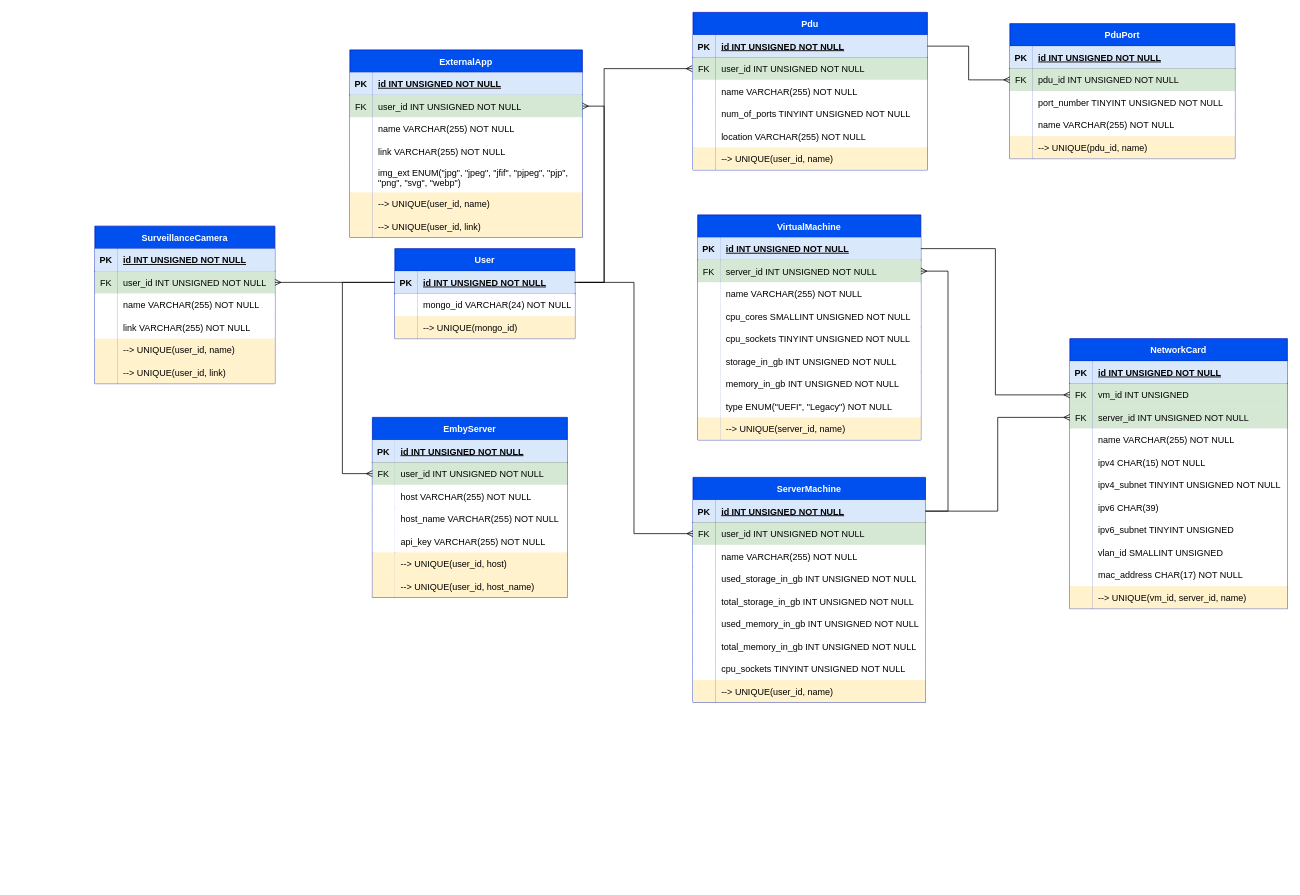
The draw.io diagram entity-relationship-diagram/Database ERD.drawio in jahnueldorelus/dashboard-db, before the edit. Source tidied: cells renumbered, new cells numbered last; positions are measured from the earlier drawing's top-left corner, leaving out a move shared by most shapes. Both pictures are drawn from the tidied source at 75%, with x=0, y=0 at pixel (94, 12).
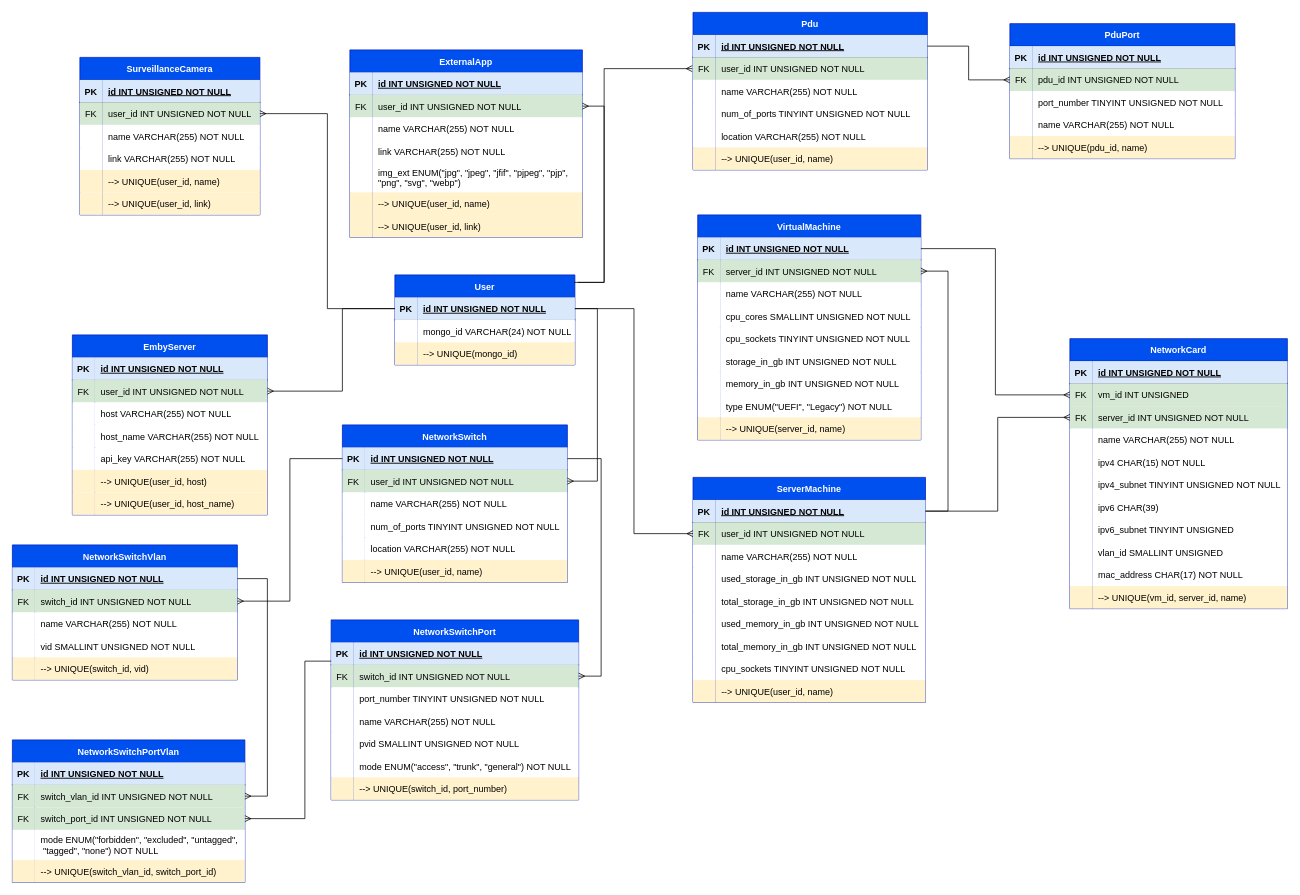
After the change.

The change refers to these unchanged cells:
```xml
<mxCell id="3" style="shape=partialRectangle;fillColor=none;points=[[0,0.5],[1,0.5]];portConstraint=eastwest;top=0;left=0;right=0;bottom=1;" parent="2" vertex="1">
  <mxGeometry y="30" width="240" height="30" as="geometry" />
</mxCell>
<mxCell id="59" style="shape=tableRow;horizontal=0;startSize=0;swimlaneHead=0;swimlaneBody=0;fillColor=none;points=[[0,0.5],[1,0.5]];portConstraint=eastwest;top=0;left=0;right=0;bottom=0;" parent="55" vertex="1">
  <mxGeometry y="60" width="260" height="30" as="geometry" />
</mxCell>
```

Change to the diagram source:
```diff
@@
     <mxCell id="2" value="User" style="shape=table;startSize=30;childLayout=tableLayout;rowLines=0;fontStyle=1;align=center;fillColor=#0050ef;fontColor=#ffffff;strokeColor=#001DBC;" parent="1" vertex="1">
-      <mxGeometry x="400" y="315" width="240" height="120" as="geometry" />
+      <mxGeometry x="400" y="350" width="240" height="120" as="geometry" />
     </mxCell>
@@
     <mxCell id="34" value="SurveillanceCamera" style="shape=table;startSize=30;childLayout=tableLayout;rowLines=0;fontStyle=1;align=center;fillColor=#0050ef;fontColor=#ffffff;strokeColor=#001DBC;" parent="1" vertex="1">
-      <mxGeometry y="285" width="240" height="210" as="geometry" />
+      <mxGeometry x="-20" y="60" width="240" height="210" as="geometry" />
     </mxCell>
@@
     <mxCell id="55" value="EmbyServer" style="shape=table;startSize=30;childLayout=tableLayout;rowLines=0;fontStyle=1;align=center;fillColor=#0050ef;fontColor=#ffffff;strokeColor=#001DBC;" parent="1" vertex="1">
-      <mxGeometry x="370" y="540" width="260" height="240" as="geometry" />
+      <mxGeometry x="-30" y="430" width="260" height="240" as="geometry" />
     </mxCell>
@@
-    <mxCell id="77" style="edgeStyle=orthogonalEdgeStyle;fontSize=12;html=1;endArrow=ERmany;rounded=0;entryX=0;entryY=0.5;entryDx=0;entryDy=0;" parent="1" edge="1" source="3" target="59">
+    <mxCell id="77" style="edgeStyle=orthogonalEdgeStyle;fontSize=12;html=1;endArrow=ERmany;rounded=0;" parent="1" edge="1" source="3" target="59">
       <mxGeometry relative="1" as="geometry">
         <Array as="points">
-          <mxPoint x="330" y="360" />
-          <mxPoint x="330" y="615" />
+          <mxPoint x="330" y="395" />
+          <mxPoint x="330" y="505" />
         </Array>
       </mxGeometry>
     </mxCell>
@@
+    <mxCell id="209" value="NetworkSwitch" style="shape=table;startSize=30;childLayout=tableLayout;rowLines=0;fontStyle=1;align=center;fillColor=#0050ef;fontColor=#ffffff;strokeColor=#001DBC;" parent="1" vertex="1">
+      <mxGeometry x="330" y="550" width="300" height="210" as="geometry" />
+    </mxCell>
+    <mxCell id="210" style="shape=partialRectangle;fillColor=none;points=[[0,0.5],[1,0.5]];portConstraint=eastwest;top=0;left=0;right=0;bottom=1;" parent="209" vertex="1">
+      <mxGeometry y="30" width="300" height="30" as="geometry" />
+    </mxCell>
+    <mxCell id="211" value="PK" style="shape=partialRectangle;overflow=hidden;fillColor=#dae8fc;top=0;left=0;bottom=0;right=0;fontStyle=1;strokeColor=#6c8ebf;" parent="210" vertex="1">
+      <mxGeometry width="30" height="30" as="geometry" />
+    </mxCell>
+    <mxCell id="212" value="id INT UNSIGNED NOT NULL" style="shape=partialRectangle;overflow=hidden;fillColor=#dae8fc;top=0;left=0;bottom=0;right=0;align=left;spacingLeft=6;fontStyle=5;strokeColor=#6c8ebf;" parent="210" vertex="1">
+      <mxGeometry x="30" width="270" height="30" as="geometry" />
+    </mxCell>
+    <mxCell id="213" style="shape=tableRow;horizontal=0;startSize=0;swimlaneHead=0;swimlaneBody=0;fillColor=none;points=[[0,0.5],[1,0.5]];portConstraint=eastwest;top=0;left=0;right=0;bottom=0;" parent="209" vertex="1">
+      <mxGeometry y="60" width="300" height="30" as="geometry" />
+    </mxCell>
+    <mxCell id="214" value="FK" style="shape=partialRectangle;fillColor=#d5e8d4;top=0;left=0;bottom=0;right=0;overflow=hidden;strokeColor=#82b366;" parent="213" vertex="1">
+      <mxGeometry width="30" height="30" as="geometry" />
+    </mxCell>
+    <mxCell id="215" value="user_id INT UNSIGNED NOT NULL" style="shape=partialRectangle;fillColor=#d5e8d4;top=0;left=0;bottom=0;right=0;align=left;spacingLeft=6;overflow=hidden;strokeColor=#82b366;" parent="213" vertex="1">
+      <mxGeometry x="30" width="270" height="30" as="geometry" />
+    </mxCell>
+    <mxCell id="216" style="shape=tableRow;horizontal=0;startSize=0;swimlaneHead=0;swimlaneBody=0;top=0;left=0;right=0;bottom=0;fillColor=none;" parent="209" vertex="1">
+      <mxGeometry y="90" width="300" height="30" as="geometry" />
+    </mxCell>
+    <mxCell id="217" style="shape=partialRectangle;top=0;left=0;bottom=0;right=0;overflow=hidden;" parent="216" vertex="1">
+      <mxGeometry width="30" height="30" as="geometry" />
+    </mxCell>
+    <mxCell id="218" value="name VARCHAR(255) NOT NULL" style="shape=partialRectangle;top=0;left=0;bottom=0;right=0;align=left;spacingLeft=6;overflow=hidden;" parent="216" vertex="1">
+      <mxGeometry x="30" width="270" height="30" as="geometry" />
+    </mxCell>
+    <mxCell id="219" style="shape=tableRow;horizontal=0;startSize=0;swimlaneHead=0;swimlaneBody=0;top=0;left=0;right=0;bottom=0;fillColor=none;" parent="209" vertex="1">
+      <mxGeometry y="120" width="300" height="30" as="geometry" />
+    </mxCell>
+    <mxCell id="220" style="shape=partialRectangle;top=0;left=0;bottom=0;right=0;overflow=hidden;" parent="219" vertex="1">
+      <mxGeometry width="30" height="30" as="geometry" />
+    </mxCell>
+    <mxCell id="221" value="num_of_ports TINYINT UNSIGNED NOT NULL" style="shape=partialRectangle;top=0;left=0;bottom=0;right=0;align=left;spacingLeft=6;overflow=hidden;" parent="219" vertex="1">
+      <mxGeometry x="30" width="270" height="30" as="geometry" />
+    </mxCell>
+    <mxCell id="222" style="shape=tableRow;horizontal=0;startSize=0;swimlaneHead=0;swimlaneBody=0;top=0;left=0;right=0;bottom=0;fillColor=none;" parent="209" vertex="1">
+      <mxGeometry y="150" width="300" height="30" as="geometry" />
+    </mxCell>
+    <mxCell id="223" style="shape=partialRectangle;top=0;left=0;bottom=0;right=0;overflow=hidden;" parent="222" vertex="1">
+      <mxGeometry width="30" height="30" as="geometry" />
+    </mxCell>
+    <mxCell id="224" value="location VARCHAR(255) NOT NULL" style="shape=partialRectangle;top=0;left=0;bottom=0;right=0;align=left;spacingLeft=6;overflow=hidden;" parent="222" vertex="1">
+      <mxGeometry x="30" width="270" height="30" as="geometry" />
+    </mxCell>
+    <mxCell id="225" style="shape=tableRow;horizontal=0;startSize=0;swimlaneHead=0;swimlaneBody=0;fillColor=none;top=0;left=0;right=0;bottom=0;" parent="209" vertex="1">
+      <mxGeometry y="180" width="300" height="30" as="geometry" />
+    </mxCell>
+    <mxCell id="226" style="shape=partialRectangle;fillColor=#fff2cc;top=0;left=0;bottom=0;right=0;overflow=hidden;strokeColor=#d6b656;" parent="225" vertex="1">
+      <mxGeometry width="30" height="30" as="geometry" />
+    </mxCell>
+    <mxCell id="227" value="--&gt; UNIQUE(user_id, name)" style="shape=partialRectangle;fillColor=#fff2cc;top=0;left=0;bottom=0;right=0;align=left;spacingLeft=6;overflow=hidden;strokeColor=#d6b656;" parent="225" vertex="1">
+      <mxGeometry x="30" width="270" height="30" as="geometry" />
+    </mxCell>
+    <mxCell id="228" style="edgeStyle=entityRelationEdgeStyle;fontSize=12;html=1;endArrow=ERmany;rounded=0;" parent="1" edge="1" source="3" target="213">
+      <mxGeometry relative="1" as="geometry" />
+    </mxCell>
+    <mxCell id="229" value="NetworkSwitchPort" style="shape=table;startSize=30;childLayout=tableLayout;rowLines=0;fontStyle=1;align=center;fillColor=#0050ef;fontColor=#ffffff;strokeColor=#001DBC;" parent="1" vertex="1">
+      <mxGeometry x="315" y="810" width="330" height="240" as="geometry" />
+    </mxCell>
+    <mxCell id="230" style="shape=partialRectangle;fillColor=none;points=[[0,0.5],[1,0.5]];portConstraint=eastwest;top=0;left=0;right=0;bottom=1;" parent="229" vertex="1">
+      <mxGeometry y="30" width="330" height="30" as="geometry" />
+    </mxCell>
+    <mxCell id="231" value="PK" style="shape=partialRectangle;overflow=hidden;fillColor=#dae8fc;top=0;left=0;bottom=0;right=0;fontStyle=1;strokeColor=#6c8ebf;" parent="230" vertex="1">
+      <mxGeometry width="30" height="30" as="geometry" />
+    </mxCell>
+    <mxCell id="232" value="id INT UNSIGNED NOT NULL" style="shape=partialRectangle;overflow=hidden;fillColor=#dae8fc;top=0;left=0;bottom=0;right=0;align=left;spacingLeft=6;fontStyle=5;strokeColor=#6c8ebf;" parent="230" vertex="1">
+      <mxGeometry x="30" width="300" height="30" as="geometry" />
+    </mxCell>
+    <mxCell id="233" style="shape=tableRow;horizontal=0;startSize=0;swimlaneHead=0;swimlaneBody=0;fillColor=none;points=[[0,0.5],[1,0.5]];portConstraint=eastwest;top=0;left=0;right=0;bottom=0;" parent="229" vertex="1">
+      <mxGeometry y="60" width="330" height="30" as="geometry" />
+    </mxCell>
+    <mxCell id="234" value="FK" style="shape=partialRectangle;fillColor=#d5e8d4;top=0;left=0;bottom=0;right=0;overflow=hidden;strokeColor=#82b366;" parent="233" vertex="1">
+      <mxGeometry width="30" height="30" as="geometry" />
+    </mxCell>
+    <mxCell id="235" value="switch_id INT UNSIGNED NOT NULL" style="shape=partialRectangle;fillColor=#d5e8d4;top=0;left=0;bottom=0;right=0;align=left;spacingLeft=6;overflow=hidden;strokeColor=#82b366;" parent="233" vertex="1">
+      <mxGeometry x="30" width="300" height="30" as="geometry" />
+    </mxCell>
+    <mxCell id="236" style="shape=tableRow;horizontal=0;startSize=0;swimlaneHead=0;swimlaneBody=0;top=0;left=0;right=0;bottom=0;fillColor=none;" parent="229" vertex="1">
+      <mxGeometry y="90" width="330" height="30" as="geometry" />
+    </mxCell>
+    <mxCell id="237" style="shape=partialRectangle;top=0;left=0;bottom=0;right=0;overflow=hidden;" parent="236" vertex="1">
+      <mxGeometry width="30" height="30" as="geometry" />
+    </mxCell>
+    <mxCell id="238" value="port_number TINYINT UNSIGNED NOT NULL" style="shape=partialRectangle;top=0;left=0;bottom=0;right=0;align=left;spacingLeft=6;overflow=hidden;" parent="236" vertex="1">
+      <mxGeometry x="30" width="300" height="30" as="geometry" />
+    </mxCell>
+    <mxCell id="239" style="shape=tableRow;horizontal=0;startSize=0;swimlaneHead=0;swimlaneBody=0;fillColor=none;top=0;left=0;right=0;bottom=0;swimlaneLine=1;" parent="229" vertex="1">
+      <mxGeometry y="120" width="330" height="30" as="geometry" />
+    </mxCell>
+    <mxCell id="240" style="shape=partialRectangle;top=0;left=0;bottom=0;right=0;overflow=hidden;" parent="239" vertex="1">
+      <mxGeometry width="30" height="30" as="geometry" />
+    </mxCell>
+    <mxCell id="241" value="name VARCHAR(255) NOT NULL" style="shape=partialRectangle;top=0;left=0;bottom=0;right=0;align=left;spacingLeft=6;overflow=hidden;" parent="239" vertex="1">
+      <mxGeometry x="30" width="300" height="30" as="geometry" />
+    </mxCell>
+    <mxCell id="242" style="shape=tableRow;horizontal=0;startSize=0;swimlaneHead=0;swimlaneBody=0;fillColor=none;top=0;left=0;right=0;bottom=0;" parent="229" vertex="1">
+      <mxGeometry y="150" width="330" height="30" as="geometry" />
+    </mxCell>
+    <mxCell id="243" style="shape=partialRectangle;top=0;left=0;bottom=0;right=0;overflow=hidden;" parent="242" vertex="1">
+      <mxGeometry width="30" height="30" as="geometry" />
+    </mxCell>
+    <mxCell id="244" value="pvid SMALLINT UNSIGNED NOT NULL" style="shape=partialRectangle;top=0;left=0;bottom=0;right=0;align=left;spacingLeft=6;overflow=hidden;" parent="242" vertex="1">
+      <mxGeometry x="30" width="300" height="30" as="geometry" />
+    </mxCell>
+    <mxCell id="245" style="shape=tableRow;horizontal=0;startSize=0;swimlaneHead=0;swimlaneBody=0;fillColor=none;top=0;left=0;right=0;bottom=0;" parent="229" vertex="1">
+      <mxGeometry y="180" width="330" height="30" as="geometry" />
+    </mxCell>
+    <mxCell id="246" style="shape=partialRectangle;top=0;left=0;bottom=0;right=0;overflow=hidden;" parent="245" vertex="1">
+      <mxGeometry width="30" height="30" as="geometry" />
+    </mxCell>
+    <mxCell id="247" value="mode ENUM(&quot;access&quot;, &quot;trunk&quot;, &quot;general&quot;) NOT NULL" style="shape=partialRectangle;top=0;left=0;bottom=0;right=0;align=left;spacingLeft=6;overflow=hidden;" parent="245" vertex="1">
+      <mxGeometry x="30" width="300" height="30" as="geometry" />
+    </mxCell>
+    <mxCell id="248" style="shape=tableRow;horizontal=0;startSize=0;swimlaneHead=0;swimlaneBody=0;fillColor=none;top=0;left=0;right=0;bottom=0;" parent="229" vertex="1">
+      <mxGeometry y="210" width="330" height="30" as="geometry" />
+    </mxCell>
+    <mxCell id="249" style="shape=partialRectangle;fillColor=#fff2cc;top=0;left=0;bottom=0;right=0;overflow=hidden;strokeColor=#d6b656;" parent="248" vertex="1">
+      <mxGeometry width="30" height="30" as="geometry" />
+    </mxCell>
+    <mxCell id="250" value="--&gt; UNIQUE(switch_id, port_number)" style="shape=partialRectangle;fillColor=#fff2cc;top=0;left=0;bottom=0;right=0;align=left;spacingLeft=6;overflow=hidden;strokeColor=#d6b656;" parent="248" vertex="1">
+      <mxGeometry x="30" width="300" height="30" as="geometry" />
+    </mxCell>
+    <mxCell id="251" style="edgeStyle=entityRelationEdgeStyle;fontSize=12;html=1;endArrow=ERmany;rounded=0;" parent="1" edge="1" source="210" target="233">
+      <mxGeometry relative="1" as="geometry">
+        <Array as="points">
+          <mxPoint x="240" y="775" />
+          <mxPoint x="650" y="750" />
+        </Array>
+      </mxGeometry>
+    </mxCell>
+    <mxCell id="252" value="NetworkSwitchVlan" style="shape=table;startSize=30;childLayout=tableLayout;rowLines=0;fontStyle=1;align=center;fillColor=#0050ef;fontColor=#ffffff;strokeColor=#001DBC;" parent="1" vertex="1">
+      <mxGeometry x="-110" y="710" width="300" height="180" as="geometry" />
+    </mxCell>
+    <mxCell id="253" style="shape=partialRectangle;fillColor=none;points=[[0,0.5],[1,0.5]];portConstraint=eastwest;top=0;left=0;right=0;bottom=1;" parent="252" vertex="1">
+      <mxGeometry y="30" width="300" height="30" as="geometry" />
+    </mxCell>
+    <mxCell id="254" value="PK" style="shape=partialRectangle;overflow=hidden;fillColor=#dae8fc;top=0;left=0;bottom=0;right=0;fontStyle=1;strokeColor=#6c8ebf;" parent="253" vertex="1">
+      <mxGeometry width="30" height="30" as="geometry" />
+    </mxCell>
+    <mxCell id="255" value="id INT UNSIGNED NOT NULL" style="shape=partialRectangle;overflow=hidden;fillColor=#dae8fc;top=0;left=0;bottom=0;right=0;align=left;spacingLeft=6;fontStyle=5;strokeColor=#6c8ebf;" parent="253" vertex="1">
+      <mxGeometry x="30" width="270" height="30" as="geometry" />
+    </mxCell>
+    <mxCell id="256" style="shape=tableRow;horizontal=0;startSize=0;swimlaneHead=0;swimlaneBody=0;fillColor=none;points=[[0,0.5],[1,0.5]];portConstraint=eastwest;top=0;left=0;right=0;bottom=0;" parent="252" vertex="1">
+      <mxGeometry y="60" width="300" height="30" as="geometry" />
+    </mxCell>
+    <mxCell id="257" value="FK" style="shape=partialRectangle;fillColor=#d5e8d4;top=0;left=0;bottom=0;right=0;overflow=hidden;strokeColor=#82b366;" parent="256" vertex="1">
+      <mxGeometry width="30" height="30" as="geometry" />
+    </mxCell>
+    <mxCell id="258" value="switch_id INT UNSIGNED NOT NULL" style="shape=partialRectangle;fillColor=#d5e8d4;top=0;left=0;bottom=0;right=0;align=left;spacingLeft=6;overflow=hidden;strokeColor=#82b366;" parent="256" vertex="1">
+      <mxGeometry x="30" width="270" height="30" as="geometry" />
+    </mxCell>
+    <mxCell id="259" style="shape=tableRow;horizontal=0;startSize=0;swimlaneHead=0;swimlaneBody=0;fillColor=none;top=0;left=0;right=0;bottom=0;swimlaneLine=1;" parent="252" vertex="1">
+      <mxGeometry y="90" width="300" height="30" as="geometry" />
+    </mxCell>
+    <mxCell id="260" style="shape=partialRectangle;top=0;left=0;bottom=0;right=0;overflow=hidden;" parent="259" vertex="1">
+      <mxGeometry width="30" height="30" as="geometry" />
+    </mxCell>
+    <mxCell id="261" value="name VARCHAR(255) NOT NULL" style="shape=partialRectangle;top=0;left=0;bottom=0;right=0;align=left;spacingLeft=6;overflow=hidden;" parent="259" vertex="1">
+      <mxGeometry x="30" width="270" height="30" as="geometry" />
+    </mxCell>
+    <mxCell id="262" style="shape=tableRow;horizontal=0;startSize=0;swimlaneHead=0;swimlaneBody=0;fillColor=none;top=0;left=0;right=0;bottom=0;" parent="252" vertex="1">
+      <mxGeometry y="120" width="300" height="30" as="geometry" />
+    </mxCell>
+    <mxCell id="263" style="shape=partialRectangle;top=0;left=0;bottom=0;right=0;overflow=hidden;" parent="262" vertex="1">
+      <mxGeometry width="30" height="30" as="geometry" />
+    </mxCell>
+    <mxCell id="264" value="vid SMALLINT UNSIGNED NOT NULL" style="shape=partialRectangle;top=0;left=0;bottom=0;right=0;align=left;spacingLeft=6;overflow=hidden;" parent="262" vertex="1">
+      <mxGeometry x="30" width="270" height="30" as="geometry" />
+    </mxCell>
+    <mxCell id="265" style="shape=tableRow;horizontal=0;startSize=0;swimlaneHead=0;swimlaneBody=0;fillColor=none;top=0;left=0;right=0;bottom=0;" parent="252" vertex="1">
+      <mxGeometry y="150" width="300" height="30" as="geometry" />
+    </mxCell>
+    <mxCell id="266" style="shape=partialRectangle;fillColor=#fff2cc;top=0;left=0;bottom=0;right=0;overflow=hidden;strokeColor=#d6b656;" parent="265" vertex="1">
+      <mxGeometry width="30" height="30" as="geometry" />
+    </mxCell>
+    <mxCell id="267" value="--&gt; UNIQUE(switch_id, vid)" style="shape=partialRectangle;fillColor=#fff2cc;top=0;left=0;bottom=0;right=0;align=left;spacingLeft=6;overflow=hidden;strokeColor=#d6b656;" parent="265" vertex="1">
+      <mxGeometry x="30" width="270" height="30" as="geometry" />
+    </mxCell>
+    <mxCell id="268" style="edgeStyle=orthogonalEdgeStyle;fontSize=12;html=1;endArrow=ERmany;rounded=0;" parent="1" edge="1" source="210" target="256">
+      <mxGeometry relative="1" as="geometry" />
+    </mxCell>
+    <mxCell id="269" value="NetworkSwitchPortVlan" style="shape=table;startSize=30;childLayout=tableLayout;rowLines=0;fontStyle=1;align=center;fillColor=#0050ef;fontColor=#ffffff;strokeColor=#001DBC;" parent="1" vertex="1">
+      <mxGeometry x="-110" y="970" width="310" height="190" as="geometry" />
+    </mxCell>
+    <mxCell id="270" style="shape=partialRectangle;fillColor=none;top=0;left=0;right=0;bottom=1;" parent="269" vertex="1">
+      <mxGeometry y="30" width="310" height="30" as="geometry" />
+    </mxCell>
+    <mxCell id="271" value="PK" style="shape=partialRectangle;overflow=hidden;fillColor=#dae8fc;top=0;left=0;bottom=0;right=0;fontStyle=1;strokeColor=#6c8ebf;" parent="270" vertex="1">
+      <mxGeometry width="30" height="30" as="geometry" />
+    </mxCell>
+    <mxCell id="272" value="id INT UNSIGNED NOT NULL" style="shape=partialRectangle;overflow=hidden;fillColor=#dae8fc;top=0;left=0;bottom=0;right=0;align=left;spacingLeft=6;fontStyle=5;strokeColor=#6c8ebf;" parent="270" vertex="1">
+      <mxGeometry x="30" width="280" height="30" as="geometry" />
+    </mxCell>
+    <mxCell id="273" style="shape=tableRow;horizontal=0;startSize=0;swimlaneHead=0;swimlaneBody=0;fillColor=none;points=[[0,0.5],[1,0.5]];portConstraint=eastwest;top=0;left=0;right=0;bottom=0;" parent="269" vertex="1">
+      <mxGeometry y="60" width="310" height="30" as="geometry" />
+    </mxCell>
+    <mxCell id="274" value="FK" style="shape=partialRectangle;fillColor=#d5e8d4;top=0;left=0;bottom=0;right=0;overflow=hidden;strokeColor=#82b366;" parent="273" vertex="1">
+      <mxGeometry width="30" height="30" as="geometry" />
+    </mxCell>
+    <mxCell id="275" value="switch_vlan_id INT UNSIGNED NOT NULL" style="shape=partialRectangle;fillColor=#d5e8d4;top=0;left=0;bottom=0;right=0;align=left;spacingLeft=6;overflow=hidden;strokeColor=#82b366;" parent="273" vertex="1">
+      <mxGeometry x="30" width="280" height="30" as="geometry" />
+    </mxCell>
+    <mxCell id="276" style="shape=tableRow;horizontal=0;startSize=0;swimlaneHead=0;swimlaneBody=0;fillColor=none;points=[[0,0.5],[1,0.5]];portConstraint=eastwest;top=0;left=0;right=0;bottom=0;" parent="269" vertex="1">
+      <mxGeometry y="90" width="310" height="30" as="geometry" />
+    </mxCell>
+    <mxCell id="277" value="FK" style="shape=partialRectangle;fillColor=#d5e8d4;top=0;left=0;bottom=0;right=0;overflow=hidden;strokeColor=#82b366;" parent="276" vertex="1">
+      <mxGeometry width="30" height="30" as="geometry" />
+    </mxCell>
+    <mxCell id="278" value="switch_port_id INT UNSIGNED NOT NULL" style="shape=partialRectangle;fillColor=#d5e8d4;top=0;left=0;bottom=0;right=0;align=left;spacingLeft=6;overflow=hidden;strokeColor=#82b366;" parent="276" vertex="1">
+      <mxGeometry x="30" width="280" height="30" as="geometry" />
+    </mxCell>
+    <mxCell id="279" style="shape=tableRow;horizontal=0;startSize=0;swimlaneHead=0;swimlaneBody=0;fillColor=none;top=0;left=0;right=0;bottom=0;" parent="269" vertex="1">
+      <mxGeometry y="120" width="310" height="40" as="geometry" />
+    </mxCell>
+    <mxCell id="280" style="shape=partialRectangle;top=0;left=0;bottom=0;right=0;overflow=hidden;" parent="279" vertex="1">
+      <mxGeometry width="30" height="40" as="geometry" />
+    </mxCell>
+    <mxCell id="281" value="mode ENUM(&quot;forbidden&quot;, &quot;excluded&quot;, &quot;untagged&quot;,&#10; &quot;tagged&quot;, &quot;none&quot;) NOT NULL" style="shape=partialRectangle;top=0;left=0;bottom=0;right=0;align=left;spacingLeft=6;overflow=hidden;" parent="279" vertex="1">
+      <mxGeometry x="30" width="280" height="40" as="geometry" />
+    </mxCell>
+    <mxCell id="282" style="shape=tableRow;horizontal=0;startSize=0;swimlaneHead=0;swimlaneBody=0;fillColor=none;top=0;left=0;right=0;bottom=0;" parent="269" vertex="1">
+      <mxGeometry y="160" width="310" height="30" as="geometry" />
+    </mxCell>
+    <mxCell id="283" style="shape=partialRectangle;fillColor=#fff2cc;top=0;left=0;bottom=0;right=0;overflow=hidden;strokeColor=#d6b656;" parent="282" vertex="1">
+      <mxGeometry width="30" height="30" as="geometry" />
+    </mxCell>
+    <mxCell id="284" value="--&gt; UNIQUE(switch_vlan_id, switch_port_id)" style="shape=partialRectangle;fillColor=#fff2cc;top=0;left=0;bottom=0;right=0;align=left;spacingLeft=6;overflow=hidden;strokeColor=#d6b656;" parent="282" vertex="1">
+      <mxGeometry x="30" width="280" height="30" as="geometry" />
+    </mxCell>
+    <mxCell id="285" style="edgeStyle=entityRelationEdgeStyle;fontSize=12;html=1;endArrow=ERmany;rounded=0;" parent="1" edge="1" source="253" target="273">
+      <mxGeometry relative="1" as="geometry" />
+    </mxCell>
+    <mxCell id="286" style="edgeStyle=orthogonalEdgeStyle;fontSize=12;html=1;endArrow=ERmany;rounded=0;" parent="1" edge="1" source="230" target="276">
+      <mxGeometry relative="1" as="geometry">
+        <Array as="points">
+          <mxPoint x="280" y="865" />
+          <mxPoint x="280" y="1075" />
+        </Array>
+      </mxGeometry>
+    </mxCell>
```
